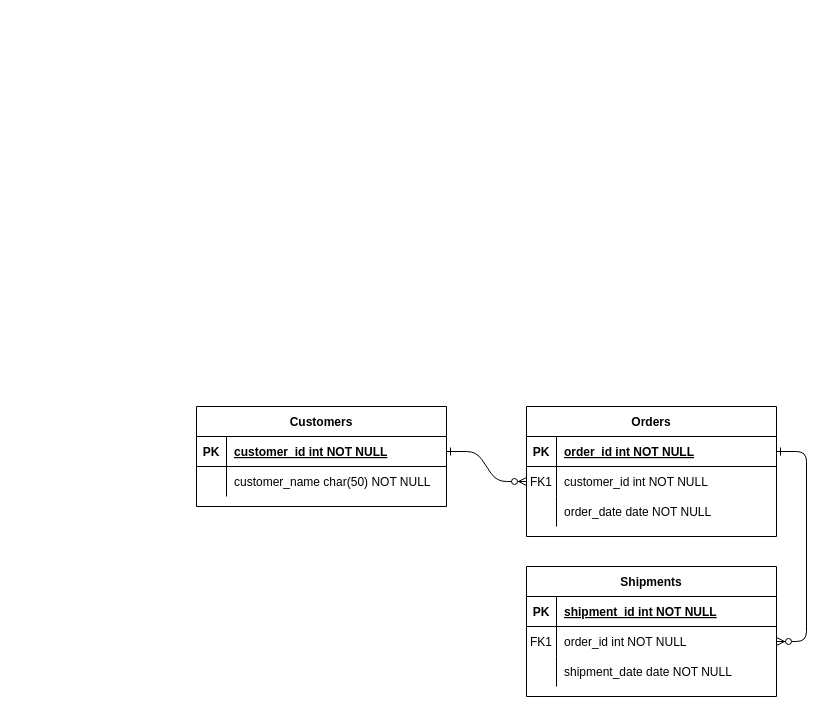
This is 제목 없는 다이어그램.drawio from NakRakDo/pla-model-server, a draw.io file, before an edit. Source tidied: cells renumbered, new cells numbered last; positions are measured from the earlier drawing's top-left corner, leaving out a move shared by most shapes. Both pictures are drawn from the tidied source at 100%, with x=0, y=0 at pixel (196, 406).
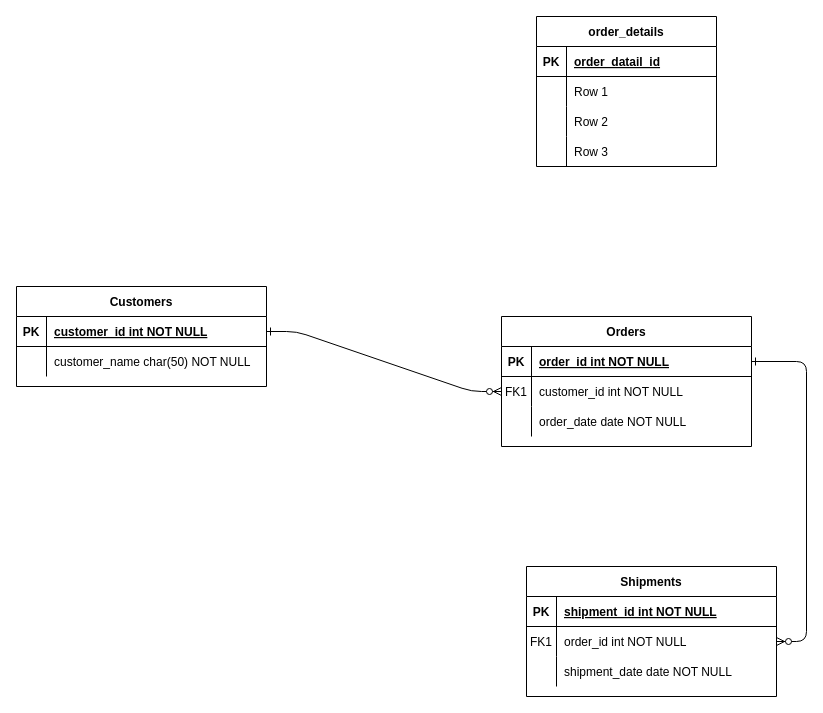
The same diagram, later.

Commit message:
제목 없는 다이어그램.drawio 업데이트

What changed in the source:
```diff
@@
     <mxCell id="4" value="Orders" style="shape=table;startSize=30;childLayout=tableLayout;rowLines=0;fontStyle=1;align=center;" parent="1" vertex="1">
-      <mxGeometry x="330" width="250" height="130" as="geometry" />
+      <mxGeometry x="305" y="-90" width="250" height="130" as="geometry" />
     </mxCell>
@@
     <mxCell id="24" value="Customers" style="shape=table;startSize=30;childLayout=tableLayout;rowLines=0;fontStyle=1;align=center;" parent="1" vertex="1">
-      <mxGeometry width="250" height="100" as="geometry" />
+      <mxGeometry x="-180" y="-120" width="250" height="100" as="geometry" />
     </mxCell>
@@
+    <mxCell id="31" value="order_details" style="shape=table;startSize=30;childLayout=tableLayout;rowLines=0;fontStyle=1;align=center;" parent="1" vertex="1">
+      <mxGeometry x="340" y="-390" width="180" height="150" as="geometry" />
+    </mxCell>
+    <mxCell id="32" style="shape=tableRow;horizontal=0;startSize=0;swimlaneHead=0;swimlaneBody=0;fillColor=none;top=0;left=0;right=0;bottom=1;" parent="31" vertex="1">
+      <mxGeometry y="30" width="180" height="30" as="geometry" />
+    </mxCell>
+    <mxCell id="33" value="PK" style="shape=partialRectangle;fillColor=none;top=0;left=0;bottom=0;right=0;fontStyle=1;overflow=hidden;" parent="32" vertex="1">
+      <mxGeometry width="30" height="30" as="geometry" />
+    </mxCell>
+    <mxCell id="34" value="order_datail_id" style="shape=partialRectangle;fillColor=none;top=0;left=0;bottom=0;right=0;align=left;spacingLeft=6;fontStyle=5;overflow=hidden;" parent="32" vertex="1">
+      <mxGeometry x="30" width="150" height="30" as="geometry" />
+    </mxCell>
+    <mxCell id="35" style="shape=tableRow;horizontal=0;startSize=0;swimlaneHead=0;swimlaneBody=0;fillColor=none;top=0;left=0;right=0;bottom=0;" parent="31" vertex="1">
+      <mxGeometry y="60" width="180" height="30" as="geometry" />
+    </mxCell>
+    <mxCell id="36" style="shape=partialRectangle;fillColor=none;top=0;left=0;bottom=0;right=0;overflow=hidden;" parent="35" vertex="1">
+      <mxGeometry width="30" height="30" as="geometry" />
+    </mxCell>
+    <mxCell id="37" value="Row 1" style="shape=partialRectangle;fillColor=none;top=0;left=0;bottom=0;right=0;align=left;spacingLeft=6;overflow=hidden;" parent="35" vertex="1">
+      <mxGeometry x="30" width="150" height="30" as="geometry" />
+    </mxCell>
+    <mxCell id="38" style="shape=tableRow;horizontal=0;startSize=0;swimlaneHead=0;swimlaneBody=0;fillColor=none;top=0;left=0;right=0;bottom=0;" parent="31" vertex="1">
+      <mxGeometry y="90" width="180" height="30" as="geometry" />
+    </mxCell>
+    <mxCell id="39" style="shape=partialRectangle;fillColor=none;top=0;left=0;bottom=0;right=0;overflow=hidden;" parent="38" vertex="1">
+      <mxGeometry width="30" height="30" as="geometry" />
+    </mxCell>
+    <mxCell id="40" value="Row 2" style="shape=partialRectangle;fillColor=none;top=0;left=0;bottom=0;right=0;align=left;spacingLeft=6;overflow=hidden;" parent="38" vertex="1">
+      <mxGeometry x="30" width="150" height="30" as="geometry" />
+    </mxCell>
+    <mxCell id="41" style="shape=tableRow;horizontal=0;startSize=0;swimlaneHead=0;swimlaneBody=0;fillColor=none;top=0;left=0;right=0;bottom=0;" parent="31" vertex="1">
+      <mxGeometry y="120" width="180" height="30" as="geometry" />
+    </mxCell>
+    <mxCell id="42" style="shape=partialRectangle;fillColor=none;top=0;left=0;bottom=0;right=0;overflow=hidden;" parent="41" vertex="1">
+      <mxGeometry width="30" height="30" as="geometry" />
+    </mxCell>
+    <mxCell id="43" value="Row 3" style="shape=partialRectangle;fillColor=none;top=0;left=0;bottom=0;right=0;align=left;spacingLeft=6;overflow=hidden;" parent="41" vertex="1">
+      <mxGeometry x="30" width="150" height="30" as="geometry" />
+    </mxCell>
```
